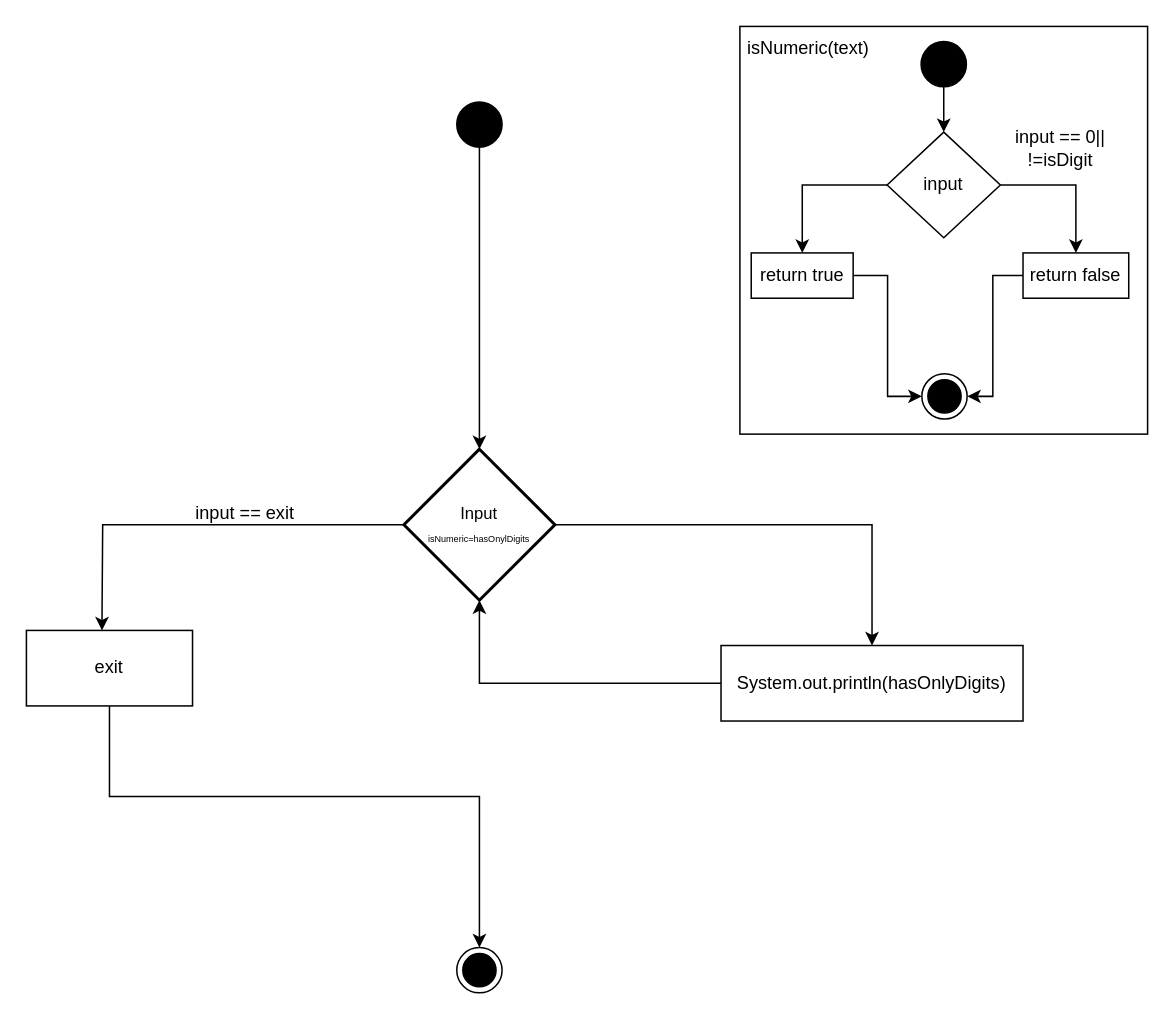
Earlier version of the draw.io diagram A3 Task/A3.drawio (jevshyl/Modul319). Source tidied: cells renumbered, new cells numbered last; positions are measured from the earlier drawing's top-left corner, leaving out a move shared by most shapes. Both pictures are drawn from the tidied source at 151%, with x=0, y=0 at pixel (26, 26).
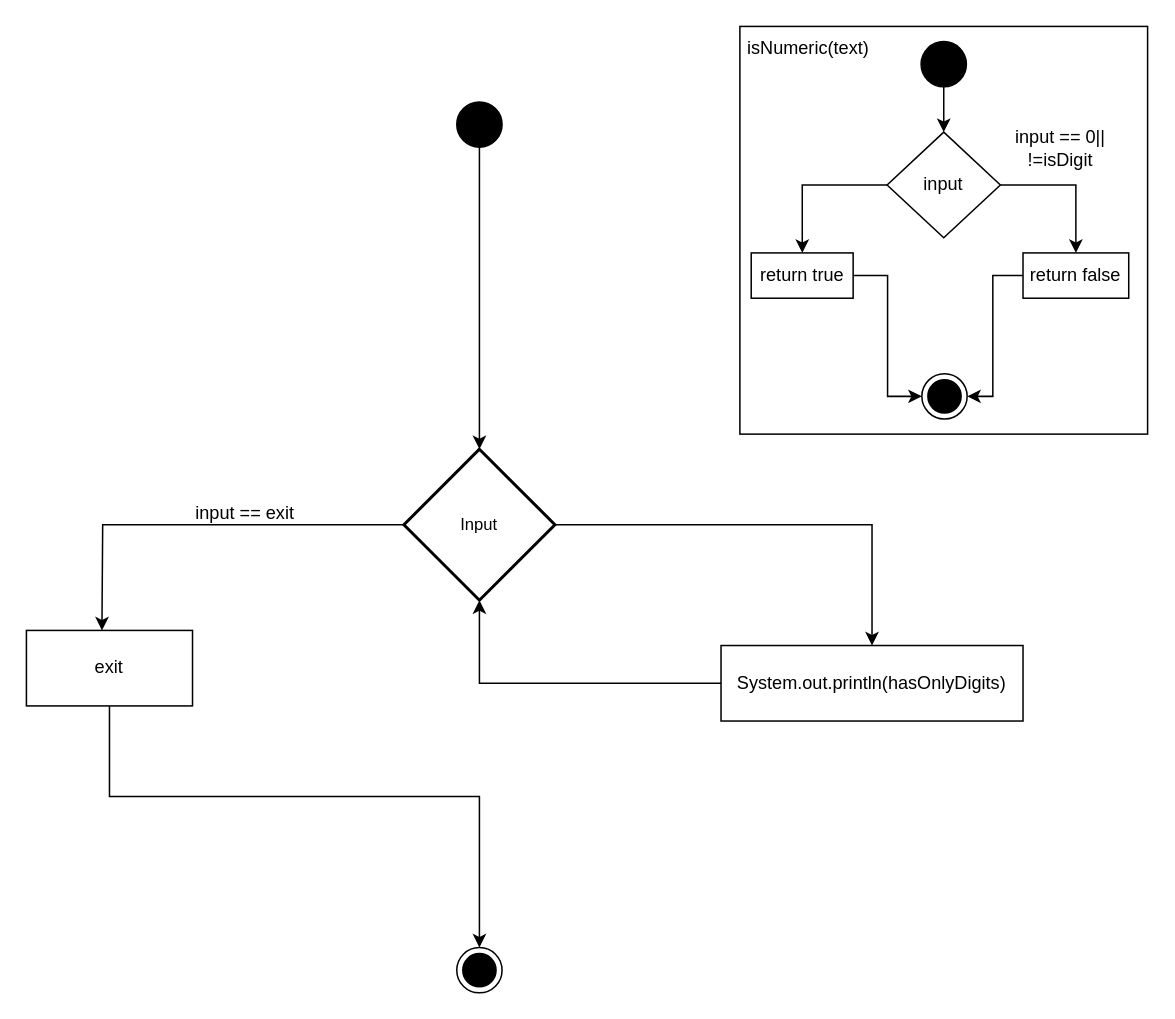
The same diagram, later.

What changed in the source:
```diff
@@
-    <mxCell id="8" value="&lt;div&gt;&lt;span style=&quot;font-size: 11px; background-color: initial;&quot;&gt;Input&lt;/span&gt;&lt;/div&gt;&lt;div&gt;&lt;span style=&quot;font-size: 6px;&quot;&gt;isNumeric=hasOnylDigits&lt;/span&gt;&lt;span style=&quot;font-size: 11px; background-color: initial;&quot;&gt;&lt;/span&gt;&lt;/div&gt;" style="strokeWidth=2;html=1;shape=mxgraph.flowchart.decision;whiteSpace=wrap;" parent="1" vertex="1">
+    <mxCell id="8" value="&lt;div&gt;&lt;span style=&quot;font-size: 11px; background-color: initial;&quot;&gt;Input&lt;/span&gt;&lt;/div&gt;" style="strokeWidth=2;html=1;shape=mxgraph.flowchart.decision;whiteSpace=wrap;" parent="1" vertex="1">
       <mxGeometry x="250" y="280" width="100" height="100" as="geometry" />
     </mxCell>
```
